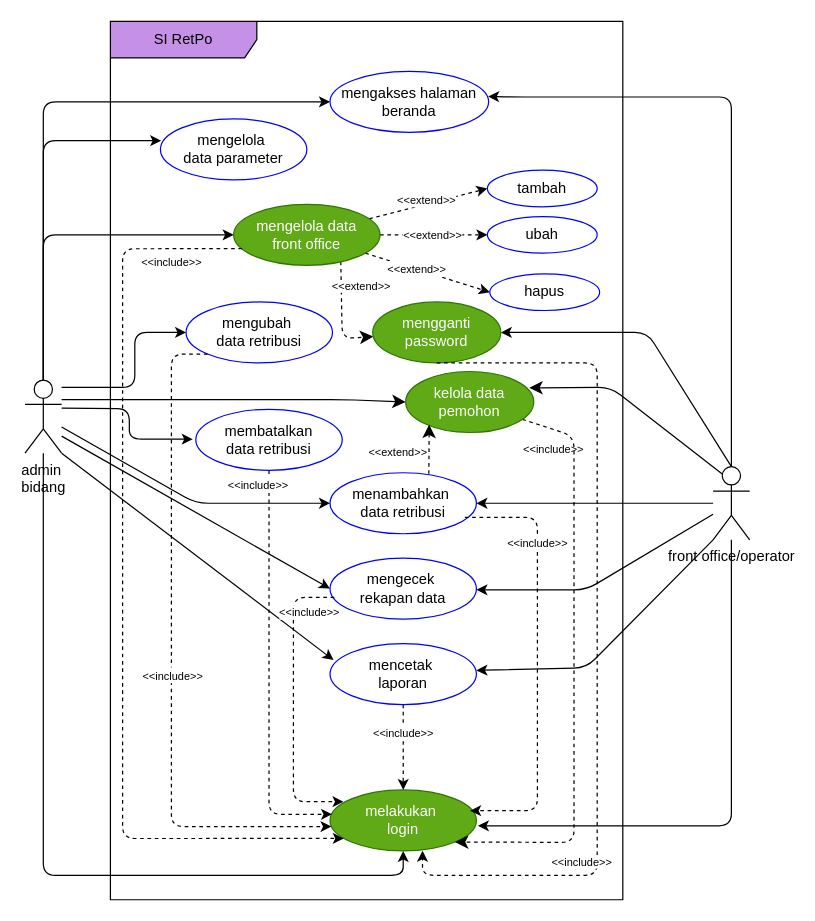
Before: page "use case" (1 of 3) of SI-retribusi.drawio in eenattayani/desain, a draw.io diagram. Source tidied: cells renumbered, new cells numbered last; positions are measured from the earlier drawing's top-left corner, leaving out a move shared by most shapes. Both pictures are drawn from the tidied source at 122%, with x=0, y=0 at pixel (24, 21).
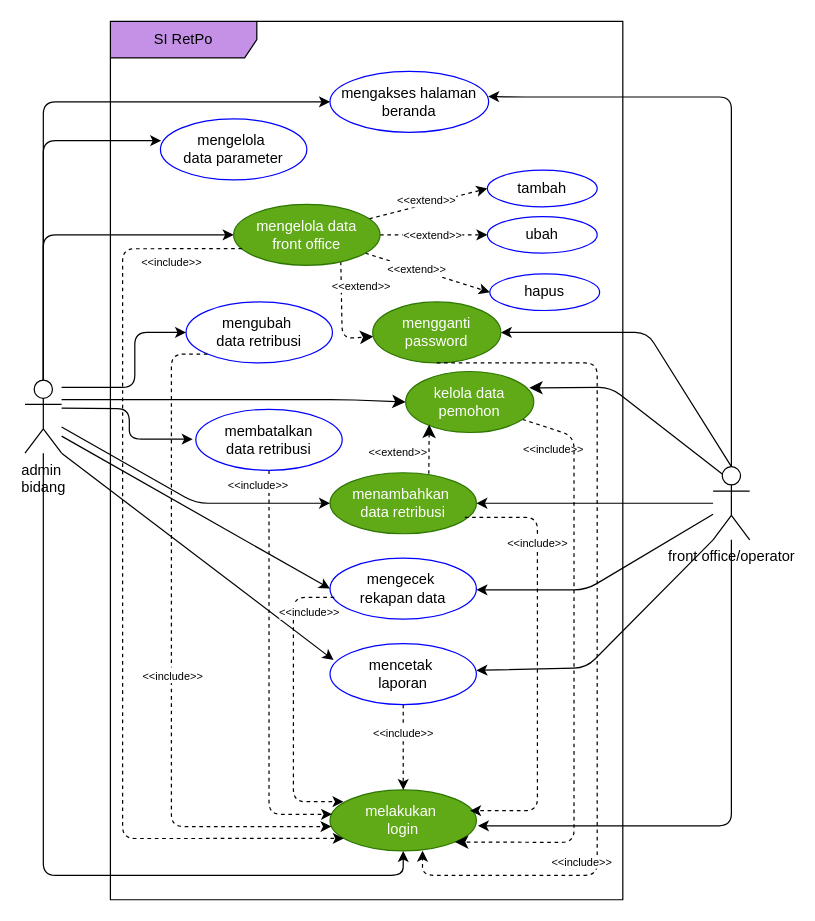
The same diagram, later.

Change to the diagram source:
```diff
@@
-    <mxCell id="13" value="menambahkan&amp;nbsp;&lt;div&gt;data retribusi&lt;/div&gt;" style="ellipse;whiteSpace=wrap;html=1;strokeColor=#0000FF;shadow=0;" parent="1" vertex="1">
+    <mxCell id="13" value="menambahkan&amp;nbsp;&lt;div&gt;data retribusi&lt;/div&gt;" style="ellipse;whiteSpace=wrap;html=1;strokeColor=#2D7600;shadow=0;fillColor=#60a917;fontColor=#ffffff;" parent="1" vertex="1">
       <mxGeometry x="250" y="370" width="120" height="50" as="geometry" />
     </mxCell>
```
